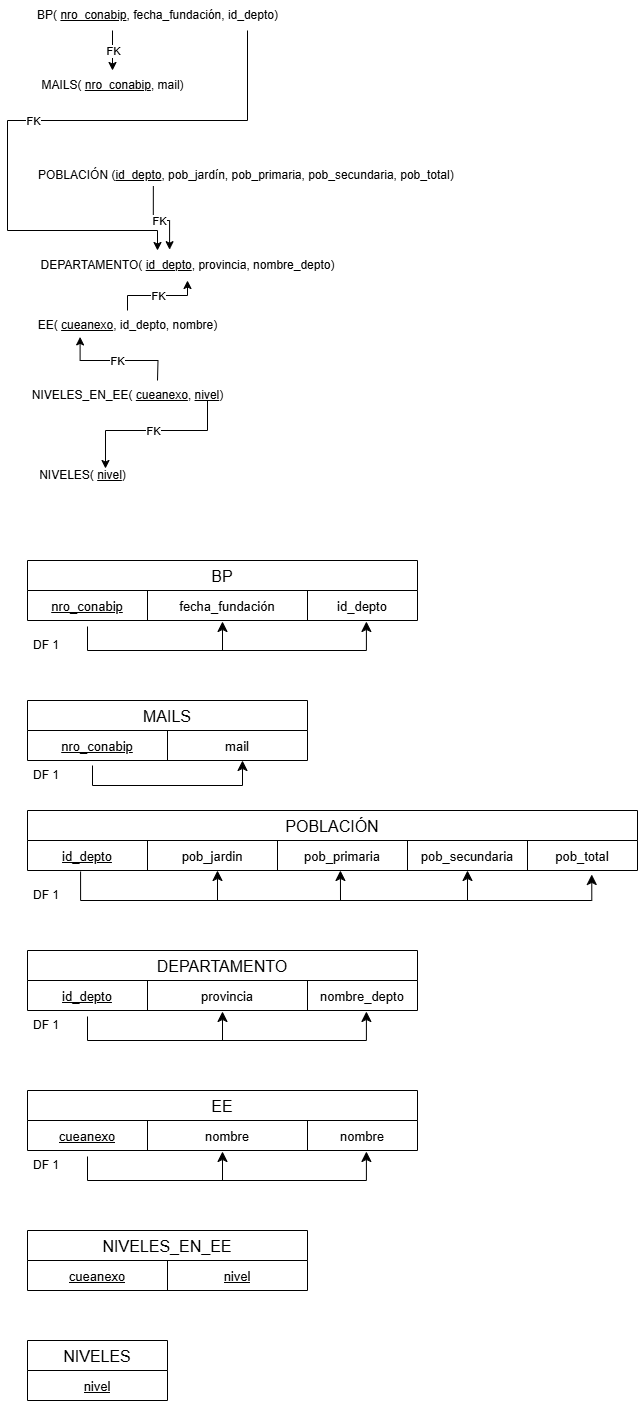
Earlier version of the draw.io export MODELO_REL_FINAL.png (alessialima/TP-LABO-DE-DATOS-). Source tidied: cells renumbered, new cells last; positions are measured from the earlier drawing's top-left corner, leaving out a move shared by most shapes.
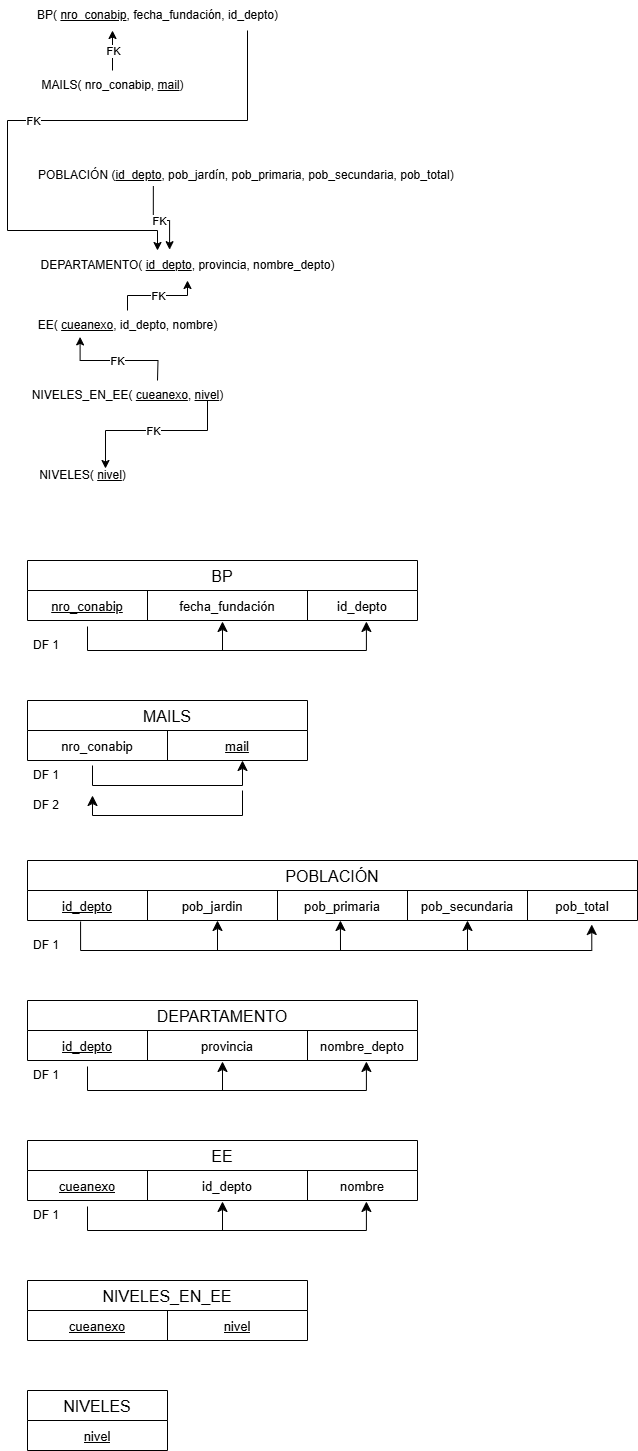
The same file after the commit.

Change to the diagram source:
```diff
@@ -70,10 +70,10 @@
     <mxCell id="17" value="FK" style="edgeLabel;html=1;align=center;verticalAlign=middle;" parent="16" vertex="1">
       <mxGeometry relative="1" as="geometry" />
     </mxCell>
-    <mxCell id="18" value="MAILS( &lt;u&gt;nro_conabip&lt;/u&gt;, mail)" style="text;html=1;align=center;verticalAlign=middle;points=[];strokeColor=none;fillColor=none;labelBackgroundColor=default;" parent="1" vertex="1">
+    <mxCell id="18" value="MAILS( nro_conabip, &lt;u&gt;mail&lt;/u&gt;)" style="text;html=1;align=center;verticalAlign=middle;points=[];strokeColor=none;fillColor=none;labelBackgroundColor=default;" parent="1" vertex="1">
       <mxGeometry x="20" y="70" width="170" height="30" as="geometry" />
     </mxCell>
-    <mxCell id="19" style="endArrow=classic;html=1;rounded=0;edgeStyle=orthogonalEdgeStyle;" parent="1" edge="1" source="4" target="18">
+    <mxCell id="19" style="endArrow=none;html=1;rounded=0;edgeStyle=orthogonalEdgeStyle;startArrow=classic;startFill=1;" parent="1" edge="1" source="4" target="18">
       <mxGeometry relative="1" as="geometry">
         <Array as="points">
           <mxPoint x="105" y="50" />
@@ -121,14 +121,14 @@
     <mxCell id="30" style="shape=tableRow;horizontal=0;startSize=0;swimlaneHead=0;swimlaneBody=0;top=0;left=0;bottom=0;right=0;fillColor=none;points=[[0,0.5],[1,0.5]];portConstraint=eastwest;fontSize=16;labelBackgroundColor=none;swimlaneLine=1;strokeColor=light-dark(#000000, #ffffff);fontColor=light-dark(#000000, #ffffff);labelBorderColor=none;textShadow=0;" parent="29" vertex="1">
       <mxGeometry y="30" width="280" height="30" as="geometry" />
     </mxCell>
-    <mxCell id="31" value="&lt;u&gt;&lt;font style=&quot;font-size: 13px;&quot;&gt;nro_conabip&lt;/font&gt;&lt;/u&gt;" style="shape=partialRectangle;html=1;whiteSpace=wrap;overflow=hidden;fillColor=none;top=0;left=0;bottom=0;right=0;fontSize=16;labelBackgroundColor=none;swimlaneLine=1;strokeColor=light-dark(#000000, #ffffff);fontColor=light-dark(#000000, #ffffff);labelBorderColor=none;textShadow=0;" parent="30" vertex="1">
+    <mxCell id="31" value="&lt;font style=&quot;font-size: 13px;&quot;&gt;nro_conabip&lt;/font&gt;" style="shape=partialRectangle;html=1;whiteSpace=wrap;overflow=hidden;fillColor=none;top=0;left=0;bottom=0;right=0;fontSize=16;labelBackgroundColor=none;swimlaneLine=1;strokeColor=light-dark(#000000, #ffffff);fontColor=light-dark(#000000, #ffffff);labelBorderColor=none;textShadow=0;" parent="30" vertex="1">
       <mxGeometry width="140" height="30" as="geometry" />
     </mxCell>
-    <mxCell id="32" value="&lt;font style=&quot;font-size: 13px;&quot;&gt;mail&lt;/font&gt;" style="shape=partialRectangle;html=1;whiteSpace=wrap;overflow=hidden;fillColor=none;top=0;left=0;bottom=0;right=0;fontSize=16;labelBackgroundColor=none;swimlaneLine=1;strokeColor=light-dark(#000000, #ffffff);fontColor=light-dark(#000000, #ffffff);labelBorderColor=none;textShadow=0;" parent="30" vertex="1">
+    <mxCell id="32" value="&lt;font style=&quot;font-size: 13px;&quot;&gt;&lt;u&gt;mail&lt;/u&gt;&lt;/font&gt;" style="shape=partialRectangle;html=1;whiteSpace=wrap;overflow=hidden;fillColor=none;top=0;left=0;bottom=0;right=0;fontSize=16;labelBackgroundColor=none;swimlaneLine=1;strokeColor=light-dark(#000000, #ffffff);fontColor=light-dark(#000000, #ffffff);labelBorderColor=none;textShadow=0;" parent="30" vertex="1">
       <mxGeometry x="140" width="140" height="30" as="geometry" />
     </mxCell>
     <mxCell id="33" value="POBLACIÓN" style="shape=table;startSize=30;fontSize=16;labelBackgroundColor=none;swimlaneLine=1;fillColor=none;strokeColor=light-dark(#000000, #ffffff);fontColor=light-dark(#000000, #ffffff);labelBorderColor=none;textShadow=0;" parent="1" vertex="1">
-      <mxGeometry x="20" y="810" width="610" height="60" as="geometry" />
+      <mxGeometry x="20" y="860" width="610" height="60" as="geometry" />
     </mxCell>
     <mxCell id="34" style="shape=tableRow;horizontal=0;startSize=0;swimlaneHead=0;swimlaneBody=0;top=0;left=0;bottom=0;right=0;fillColor=none;points=[[0,0.5],[1,0.5]];portConstraint=eastwest;fontSize=16;labelBackgroundColor=none;swimlaneLine=1;strokeColor=light-dark(#000000, #ffffff);fontColor=light-dark(#000000, #ffffff);labelBorderColor=none;textShadow=0;" parent="33" vertex="1">
       <mxGeometry y="30" width="610" height="30" as="geometry" />
@@ -158,26 +158,26 @@
     </mxCell>
     <mxCell id="41" style="endArrow=classic;html=1;rounded=0;endSize=8;startSize=8;entryX=0.513;entryY=1;entryDx=0;entryDy=0;entryPerimeter=0;fontColor=light-dark(#000000, #ffffff);labelBackgroundColor=none;swimlaneLine=1;fillColor=none;strokeColor=light-dark(#000000, #ffffff);labelBorderColor=none;textShadow=0;" parent="1" edge="1" target="34">
       <mxGeometry relative="1" as="geometry">
-        <mxPoint x="333" y="900" as="sourcePoint" />
+        <mxPoint x="333" y="950" as="sourcePoint" />
       </mxGeometry>
     </mxCell>
     <mxCell id="42" style="endArrow=classic;html=1;rounded=0;endSize=8;startSize=8;entryX=0.513;entryY=1;entryDx=0;entryDy=0;entryPerimeter=0;fontColor=light-dark(#000000, #ffffff);labelBackgroundColor=none;swimlaneLine=1;fillColor=none;strokeColor=light-dark(#000000, #ffffff);labelBorderColor=none;textShadow=0;" parent="1" edge="1">
       <mxGeometry relative="1" as="geometry">
-        <mxPoint x="210" y="900" as="sourcePoint" />
-        <mxPoint x="210" y="870" as="targetPoint" />
+        <mxPoint x="210" y="950" as="sourcePoint" />
+        <mxPoint x="210" y="920" as="targetPoint" />
       </mxGeometry>
     </mxCell>
     <mxCell id="43" style="endArrow=classic;html=1;rounded=0;endSize=8;startSize=8;entryX=0.513;entryY=1;entryDx=0;entryDy=0;entryPerimeter=0;fontColor=light-dark(#000000, #ffffff);labelBackgroundColor=none;swimlaneLine=1;fillColor=none;strokeColor=light-dark(#000000, #ffffff);labelBorderColor=none;textShadow=0;" parent="1" edge="1">
       <mxGeometry relative="1" as="geometry">
-        <mxPoint x="460" y="900" as="sourcePoint" />
-        <mxPoint x="460" y="870" as="targetPoint" />
+        <mxPoint x="460" y="950" as="sourcePoint" />
+        <mxPoint x="460" y="920" as="targetPoint" />
       </mxGeometry>
     </mxCell>
     <mxCell id="44" value="DF 1" style="text;fillColor=none;align=left;verticalAlign=middle;spacingLeft=4;spacingRight=4;overflow=hidden;whiteSpace=wrap;html=1;labelBackgroundColor=none;swimlaneLine=1;strokeColor=none;fontColor=light-dark(#000000, #ffffff);labelBorderColor=none;textShadow=0;" parent="1" vertex="1">
-      <mxGeometry x="20" y="880" width="80" height="30" as="geometry" />
+      <mxGeometry x="20" y="930" width="80" height="30" as="geometry" />
     </mxCell>
     <mxCell id="45" value="DEPARTAMENTO" style="shape=table;startSize=30;fontSize=16;labelBackgroundColor=none;swimlaneLine=1;fillColor=none;strokeColor=light-dark(#000000, #ffffff);fontColor=light-dark(#000000, #ffffff);labelBorderColor=none;textShadow=0;" parent="1" vertex="1">
-      <mxGeometry x="20" y="950" width="390" height="60" as="geometry" />
+      <mxGeometry x="20" y="1000" width="390" height="60" as="geometry" />
     </mxCell>
     <mxCell id="46" style="shape=tableRow;horizontal=0;startSize=0;swimlaneHead=0;swimlaneBody=0;top=0;left=0;bottom=0;right=0;fillColor=none;points=[[0,0.5],[1,0.5]];portConstraint=eastwest;fontSize=16;labelBackgroundColor=none;swimlaneLine=1;strokeColor=light-dark(#000000, #ffffff);fontColor=light-dark(#000000, #ffffff);labelBorderColor=none;textShadow=0;" parent="45" vertex="1">
       <mxGeometry y="30" width="390" height="30" as="geometry" />
@@ -193,23 +193,23 @@
     </mxCell>
     <mxCell id="50" style="edgeStyle=segmentEdgeStyle;endArrow=classic;html=1;curved=0;rounded=0;endSize=8;startSize=8;entryX=0.869;entryY=1.033;entryDx=0;entryDy=0;entryPerimeter=0;exitX=0.75;exitY=-0.133;exitDx=0;exitDy=0;exitPerimeter=0;fontColor=light-dark(#000000, #ffffff);labelBackgroundColor=none;swimlaneLine=1;fillColor=none;strokeColor=light-dark(#000000, #ffffff);labelBorderColor=none;textShadow=0;" parent="1" edge="1" target="46">
       <mxGeometry relative="1" as="geometry">
-        <mxPoint x="80" y="1016" as="sourcePoint" />
+        <mxPoint x="80" y="1066" as="sourcePoint" />
         <Array as="points">
-          <mxPoint x="80" y="1040" />
-          <mxPoint x="359" y="1040" />
+          <mxPoint x="80" y="1090" />
+          <mxPoint x="359" y="1090" />
         </Array>
       </mxGeometry>
     </mxCell>
     <mxCell id="51" style="endArrow=classic;html=1;rounded=0;endSize=8;startSize=8;entryX=0.5;entryY=1.033;entryDx=0;entryDy=0;entryPerimeter=0;fontColor=light-dark(#000000, #ffffff);labelBackgroundColor=none;swimlaneLine=1;fillColor=none;strokeColor=light-dark(#000000, #ffffff);labelBorderColor=none;textShadow=0;" parent="1" edge="1" target="46">
       <mxGeometry relative="1" as="geometry">
-        <mxPoint x="215" y="1040" as="sourcePoint" />
+        <mxPoint x="215" y="1090" as="sourcePoint" />
       </mxGeometry>
     </mxCell>
     <mxCell id="52" value="DF 1" style="text;fillColor=none;align=left;verticalAlign=middle;spacingLeft=4;spacingRight=4;overflow=hidden;whiteSpace=wrap;html=1;labelBackgroundColor=none;swimlaneLine=1;strokeColor=none;fontColor=light-dark(#000000, #ffffff);labelBorderColor=none;textShadow=0;" parent="1" vertex="1">
-      <mxGeometry x="20" y="1010" width="80" height="30" as="geometry" />
+      <mxGeometry x="20" y="1060" width="80" height="30" as="geometry" />
     </mxCell>
     <mxCell id="53" value="EE" style="shape=table;startSize=30;fontSize=16;labelBackgroundColor=none;swimlaneLine=1;fillColor=none;strokeColor=light-dark(#000000, #ffffff);fontColor=light-dark(#000000, #ffffff);labelBorderColor=none;textShadow=0;" parent="1" vertex="1">
-      <mxGeometry x="20" y="1090" width="390" height="60" as="geometry" />
+      <mxGeometry x="20" y="1140" width="390" height="60" as="geometry" />
     </mxCell>
     <mxCell id="54" style="shape=tableRow;horizontal=0;startSize=0;swimlaneHead=0;swimlaneBody=0;top=0;left=0;bottom=0;right=0;fillColor=none;points=[[0,0.5],[1,0.5]];portConstraint=eastwest;fontSize=16;labelBackgroundColor=none;swimlaneLine=1;strokeColor=light-dark(#000000, #ffffff);fontColor=light-dark(#000000, #ffffff);labelBorderColor=none;textShadow=0;" parent="53" vertex="1">
       <mxGeometry y="30" width="390" height="30" as="geometry" />
@@ -217,7 +217,7 @@
     <mxCell id="55" value="&lt;u&gt;&lt;font style=&quot;font-size: 13px;&quot;&gt;cueanexo&lt;/font&gt;&lt;/u&gt;" style="shape=partialRectangle;html=1;whiteSpace=wrap;overflow=hidden;fillColor=none;top=0;left=0;bottom=0;right=0;fontSize=16;labelBackgroundColor=none;swimlaneLine=1;strokeColor=light-dark(#000000, #ffffff);fontColor=light-dark(#000000, #ffffff);labelBorderColor=none;textShadow=0;" parent="54" vertex="1">
       <mxGeometry width="120" height="30" as="geometry" />
     </mxCell>
-    <mxCell id="56" value="&lt;font style=&quot;font-size: 13px;&quot;&gt;nombre&lt;/font&gt;" style="shape=partialRectangle;html=1;whiteSpace=wrap;overflow=hidden;fillColor=none;top=0;left=0;bottom=0;right=0;fontSize=16;labelBackgroundColor=none;swimlaneLine=1;strokeColor=light-dark(#000000, #ffffff);fontColor=light-dark(#000000, #ffffff);labelBorderColor=none;textShadow=0;" parent="54" vertex="1">
+    <mxCell id="56" value="&lt;font style=&quot;font-size: 13px;&quot;&gt;id_depto&lt;/font&gt;" style="shape=partialRectangle;html=1;whiteSpace=wrap;overflow=hidden;fillColor=none;top=0;left=0;bottom=0;right=0;fontSize=16;labelBackgroundColor=none;swimlaneLine=1;strokeColor=light-dark(#000000, #ffffff);fontColor=light-dark(#000000, #ffffff);labelBorderColor=none;textShadow=0;" parent="54" vertex="1">
       <mxGeometry x="120" width="160" height="30" as="geometry" />
     </mxCell>
     <mxCell id="57" value="&lt;font style=&quot;font-size: 13px;&quot;&gt;nombre&lt;/font&gt;" style="shape=partialRectangle;html=1;whiteSpace=wrap;overflow=hidden;fillColor=none;top=0;left=0;bottom=0;right=0;fontSize=16;labelBackgroundColor=none;swimlaneLine=1;strokeColor=light-dark(#000000, #ffffff);fontColor=light-dark(#000000, #ffffff);labelBorderColor=none;textShadow=0;" parent="54" vertex="1">
@@ -225,23 +225,23 @@
     </mxCell>
     <mxCell id="58" style="edgeStyle=segmentEdgeStyle;endArrow=classic;html=1;curved=0;rounded=0;endSize=8;startSize=8;entryX=0.869;entryY=1.033;entryDx=0;entryDy=0;entryPerimeter=0;exitX=0.75;exitY=-0.133;exitDx=0;exitDy=0;exitPerimeter=0;fontColor=light-dark(#000000, #ffffff);labelBackgroundColor=none;swimlaneLine=1;fillColor=none;strokeColor=light-dark(#000000, #ffffff);labelBorderColor=none;textShadow=0;" parent="1" edge="1" target="54">
       <mxGeometry relative="1" as="geometry">
-        <mxPoint x="80" y="1156" as="sourcePoint" />
+        <mxPoint x="80" y="1206" as="sourcePoint" />
         <Array as="points">
-          <mxPoint x="80" y="1180" />
-          <mxPoint x="359" y="1180" />
+          <mxPoint x="80" y="1230" />
+          <mxPoint x="359" y="1230" />
         </Array>
       </mxGeometry>
     </mxCell>
     <mxCell id="59" style="endArrow=classic;html=1;rounded=0;endSize=8;startSize=8;entryX=0.5;entryY=1.033;entryDx=0;entryDy=0;entryPerimeter=0;fontColor=light-dark(#000000, #ffffff);labelBackgroundColor=none;swimlaneLine=1;fillColor=none;strokeColor=light-dark(#000000, #ffffff);labelBorderColor=none;textShadow=0;" parent="1" edge="1" target="54">
       <mxGeometry relative="1" as="geometry">
-        <mxPoint x="215" y="1180" as="sourcePoint" />
+        <mxPoint x="215" y="1230" as="sourcePoint" />
       </mxGeometry>
     </mxCell>
     <mxCell id="60" value="DF 1" style="text;fillColor=none;align=left;verticalAlign=middle;spacingLeft=4;spacingRight=4;overflow=hidden;whiteSpace=wrap;html=1;labelBackgroundColor=none;swimlaneLine=1;strokeColor=none;fontColor=light-dark(#000000, #ffffff);labelBorderColor=none;textShadow=0;" parent="1" vertex="1">
-      <mxGeometry x="20" y="1150" width="80" height="30" as="geometry" />
+      <mxGeometry x="20" y="1200" width="80" height="30" as="geometry" />
     </mxCell>
     <mxCell id="61" value="NIVELES_EN_EE" style="shape=table;startSize=30;fontSize=16;labelBackgroundColor=none;swimlaneLine=1;fillColor=none;strokeColor=light-dark(#000000, #ffffff);fontColor=light-dark(#000000, #ffffff);labelBorderColor=none;textShadow=0;" parent="1" vertex="1">
-      <mxGeometry x="20" y="1230" width="280" height="60" as="geometry" />
+      <mxGeometry x="20" y="1280" width="280" height="60" as="geometry" />
     </mxCell>
     <mxCell id="62" style="shape=tableRow;horizontal=0;startSize=0;swimlaneHead=0;swimlaneBody=0;top=0;left=0;bottom=0;right=0;fillColor=none;fontSize=16;labelBackgroundColor=none;swimlaneLine=1;strokeColor=light-dark(#000000, #ffffff);fontColor=light-dark(#000000, #ffffff);labelBorderColor=none;textShadow=0;" parent="61" vertex="1">
       <mxGeometry y="30" width="280" height="30" as="geometry" />
@@ -253,7 +253,7 @@
       <mxGeometry x="140" width="140" height="30" as="geometry" />
     </mxCell>
     <mxCell id="65" value="NIVELES" style="shape=table;startSize=30;fontSize=16;labelBackgroundColor=none;swimlaneLine=1;fillColor=none;strokeColor=light-dark(#000000, #ffffff);fontColor=light-dark(#000000, #ffffff);labelBorderColor=none;textShadow=0;" parent="1" vertex="1">
-      <mxGeometry x="20" y="1340" width="140" height="60" as="geometry" />
+      <mxGeometry x="20" y="1390" width="140" height="60" as="geometry" />
     </mxCell>
     <mxCell id="66" style="shape=tableRow;horizontal=0;startSize=0;swimlaneHead=0;swimlaneBody=0;top=0;left=0;bottom=0;right=0;fillColor=none;fontSize=16;labelBackgroundColor=none;swimlaneLine=1;strokeColor=light-dark(#000000, #ffffff);fontColor=light-dark(#000000, #ffffff);labelBorderColor=none;textShadow=0;" parent="65" vertex="1">
       <mxGeometry y="30" width="140" height="30" as="geometry" />
@@ -273,5 +273,18 @@
         </Array>
       </mxGeometry>
     </mxCell>
+    <mxCell id="70" style="edgeStyle=segmentEdgeStyle;endArrow=none;html=1;curved=0;rounded=0;endSize=8;startSize=8;fontColor=light-dark(#000000, #ffffff);labelBackgroundColor=none;swimlaneLine=1;fillColor=none;strokeColor=light-dark(#000000, #ffffff);labelBorderColor=none;textShadow=0;startArrow=classic;startFill=1;" parent="1" edge="1">
+      <mxGeometry relative="1" as="geometry">
+        <mxPoint x="85" y="795" as="sourcePoint" />
+        <mxPoint x="235" y="790" as="targetPoint" />
+        <Array as="points">
+          <mxPoint x="85" y="815" />
+          <mxPoint x="235" y="815" />
+        </Array>
+      </mxGeometry>
+    </mxCell>
+    <mxCell id="71" value="DF 2" style="text;fillColor=none;align=left;verticalAlign=middle;spacingLeft=4;spacingRight=4;overflow=hidden;whiteSpace=wrap;html=1;labelBackgroundColor=none;swimlaneLine=1;strokeColor=none;fontColor=light-dark(#000000, #ffffff);labelBorderColor=none;textShadow=0;" parent="1" vertex="1">
+      <mxGeometry x="20" y="790" width="80" height="30" as="geometry" />
+    </mxCell>
   </root>
 </mxGraphModel>
```
